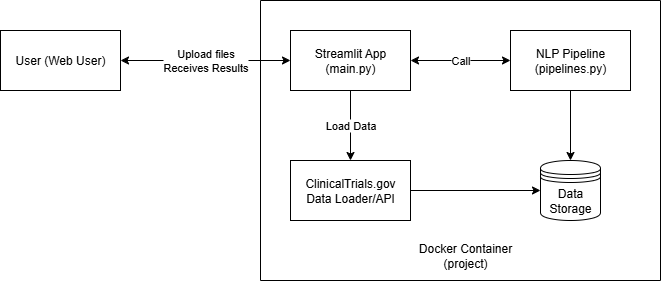
The draw.io diagram docs/architecture_diagram.png in ElenJ/biomed-extractor, before a commit. Source tidied: cells renumbered, new cells last; positions are measured from the earlier drawing's top-left corner, leaving out a move shared by most shapes.
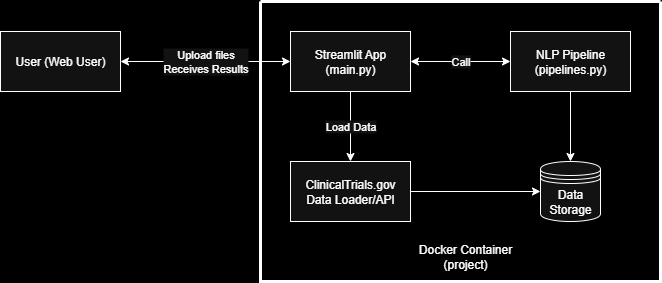
After the change.

Diff of the diagram source:
```diff
@@ -1,4 +1,4 @@
-<mxGraphModel>
+<mxGraphModel background="light-dark(#ffffff, #000000)">
   <root>
     <mxCell id="0" />
     <mxCell id="1" parent="0" />
@@ -29,7 +29,7 @@
     <mxCell id="10" value="ClinicalTrials.gov Data Loader/API" style="rounded=0;whiteSpace=wrap;html=1;" parent="1" vertex="1">
       <mxGeometry x="290" y="160" width="120" height="60" as="geometry" />
     </mxCell>
-    <mxCell id="11" style="swimlane;startSize=0;" parent="1" vertex="1">
+    <mxCell id="11" style="swimlane;startSize=0;strokeWidth=3;" parent="1" vertex="1">
       <mxGeometry x="260" width="400" height="280" as="geometry" />
     </mxCell>
     <mxCell id="12" value="Docker Container (project)" style="text;html=1;align=center;verticalAlign=middle;whiteSpace=wrap;rounded=0;" parent="11" vertex="1">
```
